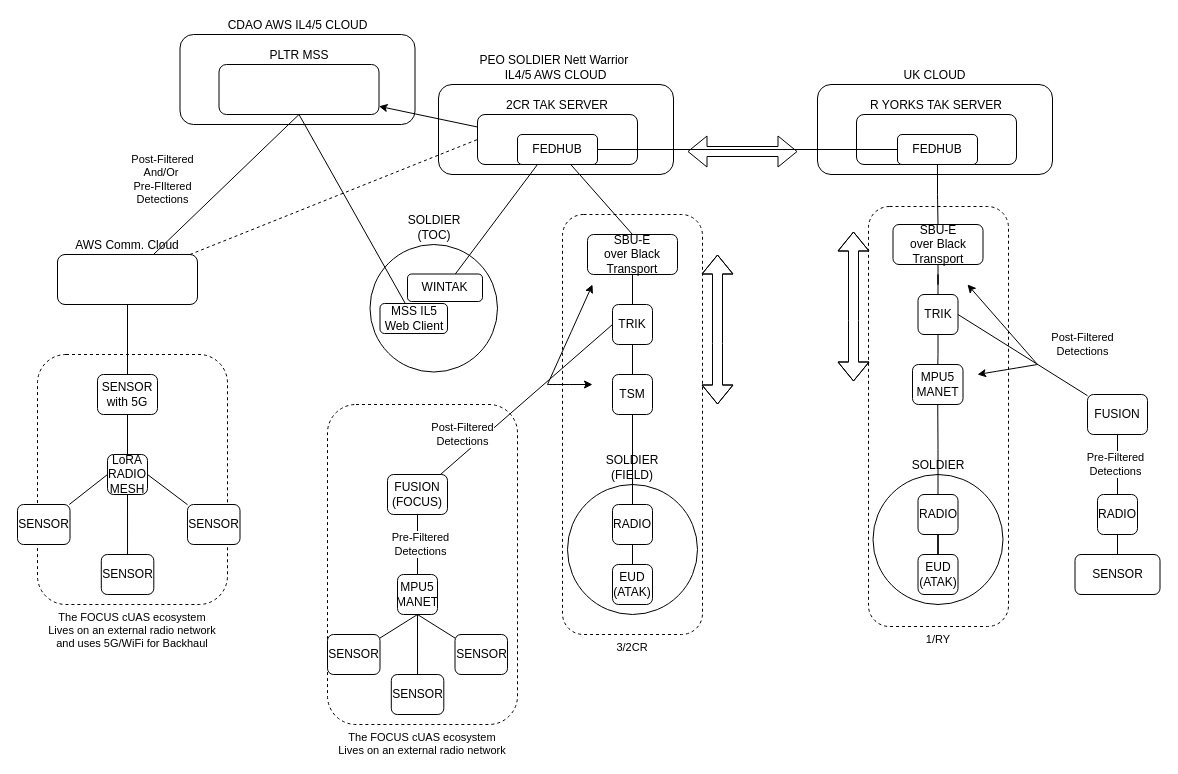
This is baseline/EXFLYTRAP-DATAPIPES-BASELINE.drawio from dlf-dds/FLYTRAP-ALL-ARCH, a draw.io file, before an edit. Source tidied: cells renumbered, new cells numbered last; positions are measured from the earlier drawing's top-left corner, leaving out a move shared by most shapes. Both pictures are drawn from the tidied source at 100%, with x=0, y=0 at pixel (17, 34).
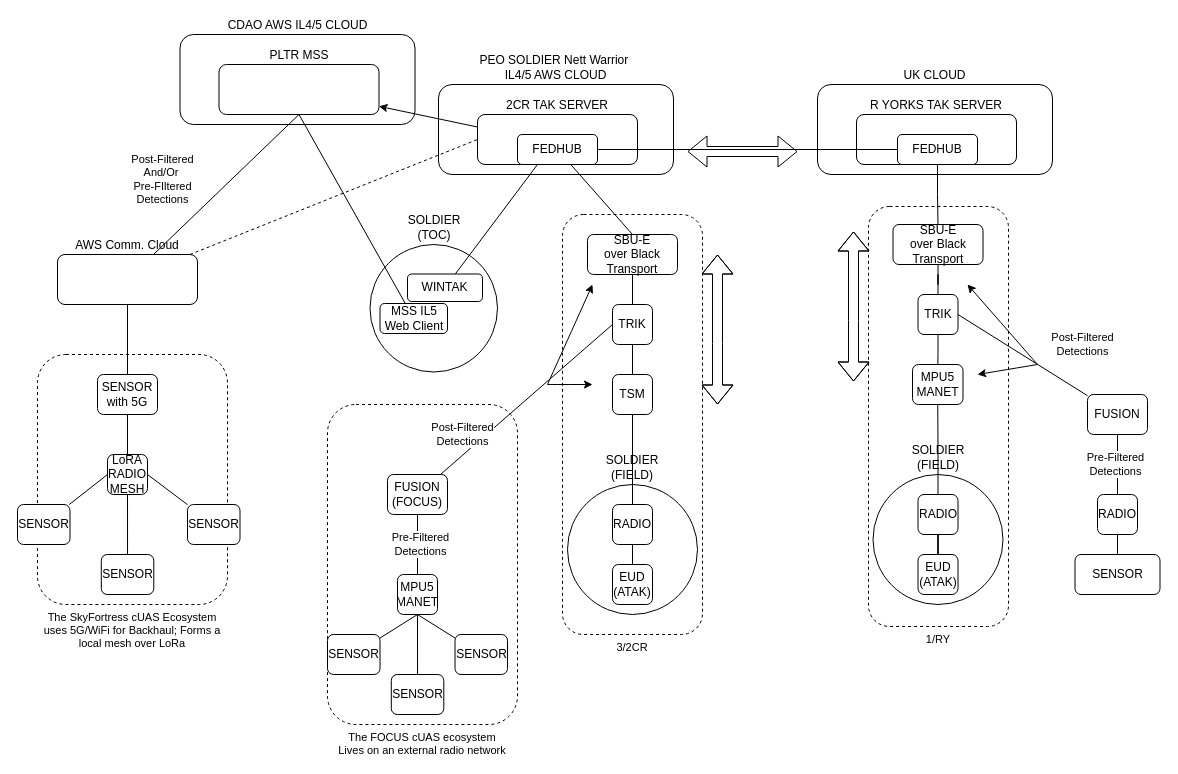
After the change.

What changed in the source:
```diff
@@
-    <mxCell id="24" value="SOLDIER" style="ellipse;whiteSpace=wrap;html=1;labelPosition=center;verticalLabelPosition=top;align=center;verticalAlign=bottom;" parent="1" vertex="1">
+    <mxCell id="24" value="SOLDIER&lt;div&gt;(FIELD)&lt;/div&gt;" style="ellipse;whiteSpace=wrap;html=1;labelPosition=center;verticalLabelPosition=top;align=center;verticalAlign=bottom;" parent="1" vertex="1">
       <mxGeometry x="855.5" y="440" width="130" height="130" as="geometry" />
     </mxCell>
@@
-    <mxCell id="67" value="The FOCUS cUAS ecosystem&lt;div&gt;Lives on an external radio network&lt;/div&gt;&lt;div&gt;and uses 5G/WiFi for Backhaul&lt;/div&gt;" style="rounded=1;whiteSpace=wrap;html=1;fontFamily=Helvetica;fontSize=11;fontColor=default;labelBackgroundColor=default;dashed=1;labelPosition=center;verticalLabelPosition=bottom;align=center;verticalAlign=top;" parent="1" vertex="1">
+    <mxCell id="67" value="The SkyFortress cUAS Ecosystem uses&lt;span style=&quot;background-color: light-dark(#ffffff, var(--ge-dark-color, #121212));&quot;&gt;&amp;nbsp;5G/WiFi for Backhaul; Forms a local mesh over LoRa&lt;/span&gt;" style="rounded=1;whiteSpace=wrap;html=1;fontFamily=Helvetica;fontSize=11;fontColor=default;labelBackgroundColor=default;dashed=1;labelPosition=center;verticalLabelPosition=bottom;align=center;verticalAlign=top;" parent="1" vertex="1">
       <mxGeometry x="20" y="320" width="190" height="250" as="geometry" />
     </mxCell>
```
